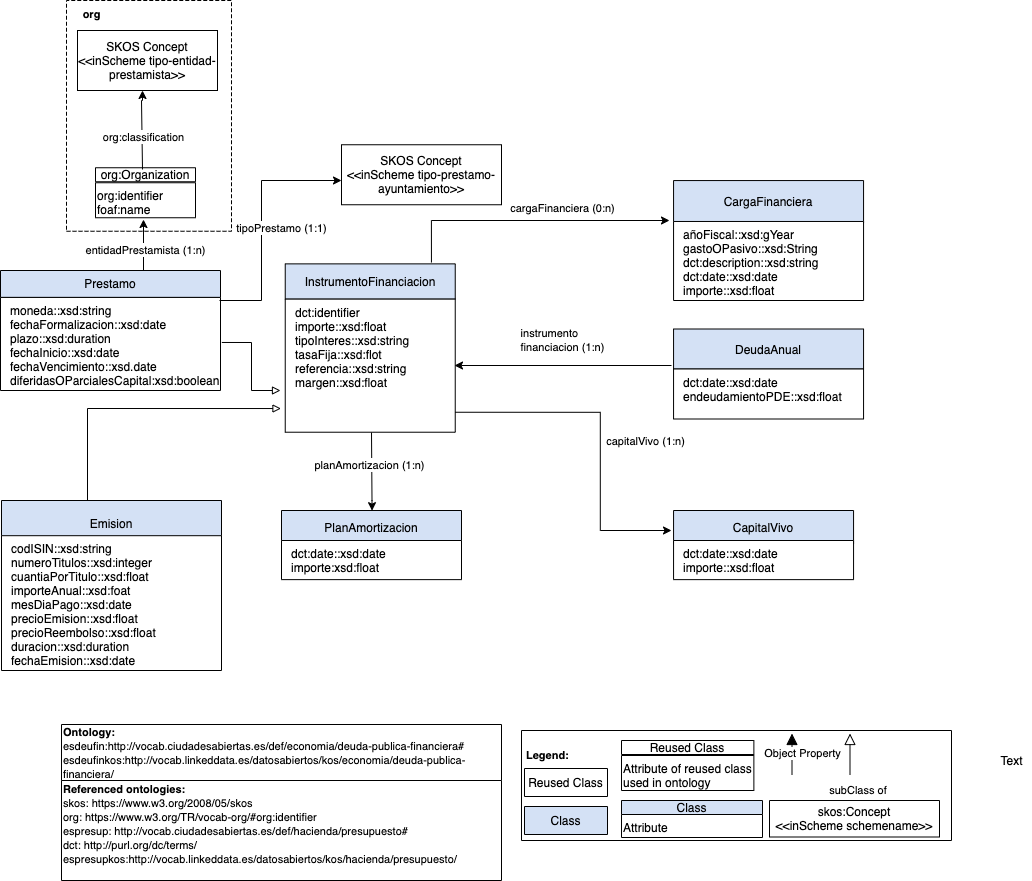
The draw.io diagram OnToology/ontology/deudaPublicaFinanciera.owl/documentation/resources/images/modeloConceptual.png in leticiarubalcabadg/vocab-economia-deuda-financiera, before a commit. Source tidied: cells renumbered, new cells last; positions are measured from the earlier drawing's top-left corner, leaving out a move shared by most shapes.
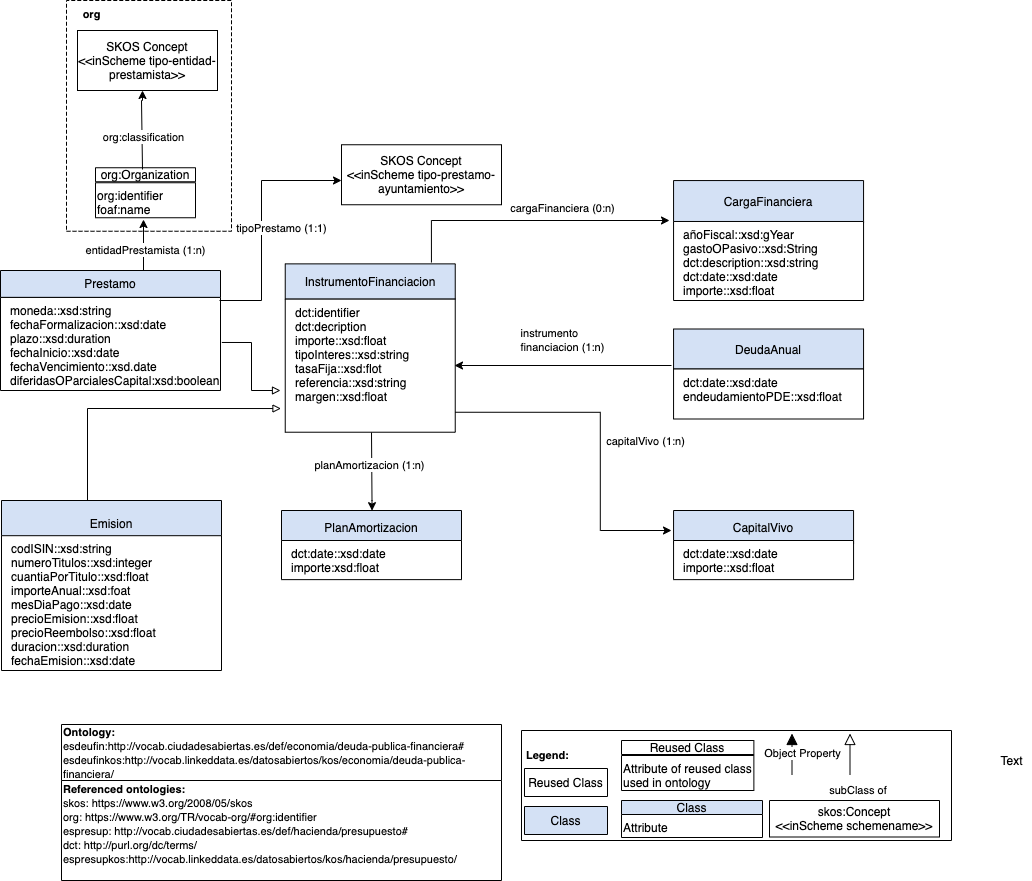
Later version of the same file.

Commit message:
Propiedades inversas para relaciones 1:n

Se agregaron las propiedades inversas: deudaAnualInstrumentoFinanciacion, instrumentoFinanciacionCapitalVivo, instrumentoFinanciacionCargaFinanciera, instrumentoFinanciacionPlanAmortizacion

Change to the diagram source:
```diff
@@ -89,7 +89,7 @@
     <mxCell id="25" value="&lt;font style=&quot;font-size: 12px ; color: rgb(0 , 0 , 0) ; direction: ltr ; letter-spacing: 0px ; line-height: 120% ; opacity: 1&quot;&gt;InstrumentoFinanciacion&lt;br&gt;&lt;/font&gt;" style="verticalAlign=middle;align=center;vsdxID=334;fillColor=#D4E1F5;gradientColor=none;shape=(stored shape, 160 characters);labelBackgroundColor=none;rounded=0;html=1;whiteSpace=wrap;" parent="24" vertex="1">
       <mxGeometry x="-6.3" width="170" height="35.2" as="geometry" />
     </mxCell>
-    <mxCell id="26" value="&lt;p style=&quot;margin: 0px 0px 0px 8px&quot;&gt;&lt;span&gt;dct:identifier&lt;/span&gt;&lt;/p&gt;&lt;p style=&quot;margin: 0px 0px 0px 8px&quot;&gt;&lt;span&gt;importe::xsd:float&lt;/span&gt;&lt;br&gt;&lt;/p&gt;&lt;p style=&quot;margin: 0px 0px 0px 8px&quot;&gt;tipoInteres::xsd:string&lt;/p&gt;&lt;p style=&quot;margin: 0px 0px 0px 8px&quot;&gt;tasaFija::xsd:flot&lt;/p&gt;&lt;p style=&quot;margin: 0px 0px 0px 8px&quot;&gt;referencia::xsd:string&lt;/p&gt;&lt;p style=&quot;margin: 0px 0px 0px 8px&quot;&gt;margen::xsd:float&lt;/p&gt;&lt;p style=&quot;margin: 0px 0px 0px 8px&quot;&gt;&lt;br&gt;&lt;/p&gt;" style="verticalAlign=top;align=left;vsdxID=335;fillColor=#FFFFFF;gradientColor=none;shape=(stored shape, 160 characters);labelBackgroundColor=none;rounded=0;html=1;whiteSpace=wrap;" parent="24" vertex="1">
+    <mxCell id="26" value="&lt;p style=&quot;margin: 0px 0px 0px 8px&quot;&gt;&lt;span&gt;dct:identifier&lt;/span&gt;&lt;/p&gt;&lt;p style=&quot;margin: 0px 0px 0px 8px&quot;&gt;&lt;span&gt;dct:decription&lt;/span&gt;&lt;/p&gt;&lt;p style=&quot;margin: 0px 0px 0px 8px&quot;&gt;&lt;span&gt;importe::xsd:float&lt;/span&gt;&lt;br&gt;&lt;/p&gt;&lt;p style=&quot;margin: 0px 0px 0px 8px&quot;&gt;tipoInteres::xsd:string&lt;/p&gt;&lt;p style=&quot;margin: 0px 0px 0px 8px&quot;&gt;tasaFija::xsd:flot&lt;/p&gt;&lt;p style=&quot;margin: 0px 0px 0px 8px&quot;&gt;referencia::xsd:string&lt;/p&gt;&lt;p style=&quot;margin: 0px 0px 0px 8px&quot;&gt;margen::xsd:float&lt;/p&gt;&lt;p style=&quot;margin: 0px 0px 0px 8px&quot;&gt;&lt;br&gt;&lt;/p&gt;" style="verticalAlign=top;align=left;vsdxID=335;fillColor=#FFFFFF;gradientColor=none;shape=(stored shape, 160 characters);labelBackgroundColor=none;rounded=0;html=1;whiteSpace=wrap;" parent="24" vertex="1">
       <mxGeometry x="-6.3" y="35.2" width="170" height="133.1" as="geometry" />
     </mxCell>
     <mxCell id="27" style="group;" parent="1" vertex="1">
```
